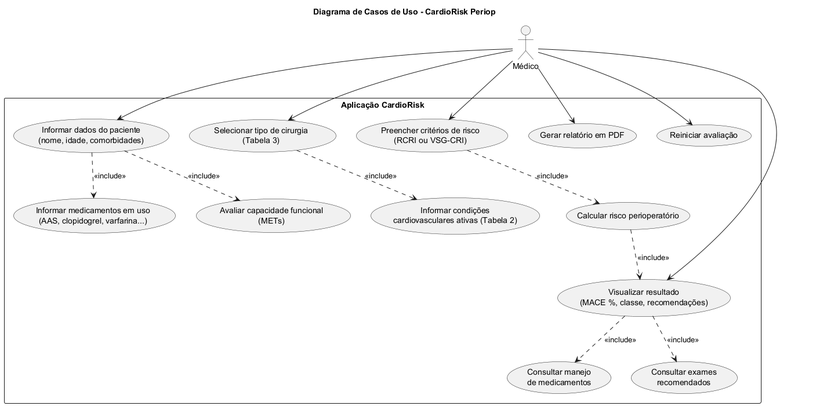
GustavoFrossard/Cardio-Risk-Calc keeps this PlantUML diagram as diagramas/use_case.png. Above is the earlier version.
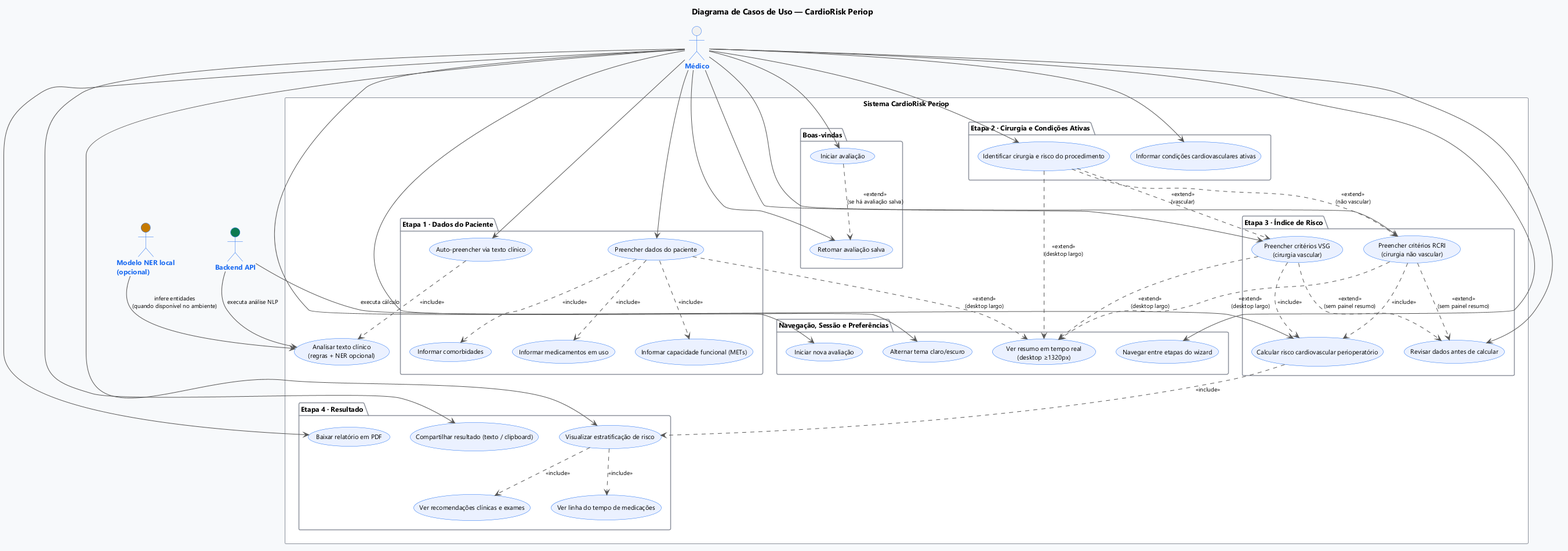
Later version of the same file.

Diff of the diagram source:
```diff
@@ -1,36 +1,123 @@
-@startuml
-title Diagrama de Casos de Uso - CardioRisk Periop
+@startuml CardioRisk_CasosDeUso
+title Diagrama de Casos de Uso — CardioRisk Periop
 
-actor Médico
+skinparam backgroundColor #F7F8FA
+skinparam defaultFontName Segoe UI
+skinparam defaultFontSize 12
 
-rectangle "Aplicação CardioRisk" {
-  usecase "Informar dados do paciente\n(nome, idade, comorbidades)" as UC1
-  usecase "Informar medicamentos em uso\n(AAS, clopidogrel, varfarina...)" as UC1b
-  usecase "Avaliar capacidade funcional\n(METs)" as UC1c
-  usecase "Selecionar tipo de cirurgia\n(Tabela 3)" as UC2
-  usecase "Informar condições\ncardiovasculares ativas (Tabela 2)" as UC2b
-  usecase "Preencher critérios de risco\n(RCRI ou VSG-CRI)" as UC3
-  usecase "Calcular risco perioperatório" as UC4
-  usecase "Visualizar resultado\n(MACE %, classe, recomendações)" as UC5
-  usecase "Consultar manejo\nde medicamentos" as UC5b
-  usecase "Consultar exames\nrecomendados" as UC5c
-  usecase "Gerar relatório em PDF" as UC6
-  usecase "Reiniciar avaliação" as UC7
+skinparam actor {
+  BorderColor #1A6BF0
+  FontColor   #1A6BF0
+  FontStyle   bold
 }
 
-Médico --> UC1
-Médico --> UC2
-Médico --> UC3
-Médico --> UC5
-Médico --> UC6
-Médico --> UC7
+skinparam usecase {
+  BorderColor       #1A6BF0
+  BackgroundColor   #EBF1FE
+  FontSize          11
+}
 
-UC1 ..> UC1b : <<include>>
-UC1 ..> UC1c : <<include>>
-UC2 ..> UC2b : <<include>>
-UC3 ..> UC4 : <<include>>
-UC4 ..> UC5 : <<include>>
-UC5 ..> UC5b : <<include>>
-UC5 ..> UC5c : <<include>>
+skinparam package {
+  BorderColor       #8B909A
+  BackgroundColor   #FFFFFF
+  FontStyle         bold
+}
+
+skinparam ArrowColor  #555555
+skinparam ArrowFontSize 10
+
+actor "Médico"      as medico
+actor "Backend API" as api   #0E7B52
+actor "Modelo NER local\n(opcional)" as ner   #C47A00
+
+rectangle "Sistema CardioRisk Periop" {
+
+  package "Boas-vindas" {
+    usecase "Iniciar avaliação"                          as UC0
+    usecase "Retomar avaliação salva"                    as UCN2
+  }
+
+  package "Etapa 1 · Dados do Paciente" {
+    usecase "Preencher dados do paciente"               as UC1
+    usecase "Informar comorbidades"                     as UC1a
+    usecase "Informar medicamentos em uso"               as UC1b
+    usecase "Informar capacidade funcional (METs)"       as UC1c
+    usecase "Auto-preencher via texto clínico"           as UC2
+  }
+
+  package "Etapa 2 · Cirurgia e Condições Ativas" {
+    usecase "Identificar cirurgia e risco do procedimento"  as UC3
+    usecase "Informar condições cardiovasculares ativas"    as UC4
+  }
+
+  package "Etapa 3 · Índice de Risco" {
+    usecase "Preencher critérios RCRI\n(cirurgia não vascular)"  as UC5a
+    usecase "Preencher critérios VSG\n(cirurgia vascular)"       as UC5b
+    usecase "Revisar dados antes de calcular"                     as UC5c
+    usecase "Calcular risco cardiovascular perioperatório"        as UC6
+  }
+
+  package "Etapa 4 · Resultado" {
+    usecase "Visualizar estratificação de risco"             as UC7
+    usecase "Ver recomendações clínicas e exames"            as UC8
+    usecase "Ver linha do tempo de medicações"                as UC9
+    usecase "Baixar relatório em PDF"                        as UC10
+    usecase "Compartilhar resultado (texto / clipboard)"     as UC11
+  }
+
+  package "Navegação, Sessão e Preferências" {
+    usecase "Navegar entre etapas do wizard"  as UCN1
+    usecase "Iniciar nova avaliação"          as UCN3
+    usecase "Alternar tema claro/escuro"      as UCN4
+    usecase "Ver resumo em tempo real\n(desktop ≥1320px)" as UCN5
+  }
+
+  usecase "Analisar texto clínico\n(regras + NER opcional)" as UCNLP
+
+}
+
+medico --> UC0
+medico --> UC1
+medico --> UC2
+medico --> UC3
+medico --> UC4
+medico --> UC5a
+medico --> UC5b
+medico --> UC5c
+medico --> UC7
+medico --> UC10
+medico --> UC11
+medico --> UCN1
+medico --> UCN2
+medico --> UCN3
+medico --> UCN4
+
+UC0  ..> UCN2   : <<extend>>\n(se há avaliação salva)
+
+UC1  ..> UC1a   : <<include>>
+UC1  ..> UC1b   : <<include>>
+UC1  ..> UC1c   : <<include>>
+UC2  ..> UCNLP  : <<include>>
+
+UC3  ..> UC5a   : <<extend>>\n(não vascular)
+UC3  ..> UC5b   : <<extend>>\n(vascular)
+
+UC5a ..> UC6    : <<include>>
+UC5b ..> UC6    : <<include>>
+UC5a ..> UC5c   : <<extend>>\n(sem painel resumo)
+UC5b ..> UC5c   : <<extend>>\n(sem painel resumo)
+
+UC6  ..> UC7    : <<include>>
+UC7  ..> UC8    : <<include>>
+UC7  ..> UC9    : <<include>>
+
+UC1  ..> UCN5   : <<extend>>\n(desktop largo)
+UC3  ..> UCN5   : <<extend>>\n(desktop largo)
+UC5a ..> UCN5   : <<extend>>\n(desktop largo)
+UC5b ..> UCN5   : <<extend>>\n(desktop largo)
+
+api --> UC6    : executa cálculo
+api --> UCNLP  : executa análise NLP
+ner --> UCNLP  : infere entidades\n(quando disponível no ambiente)
 
 @enduml
```
